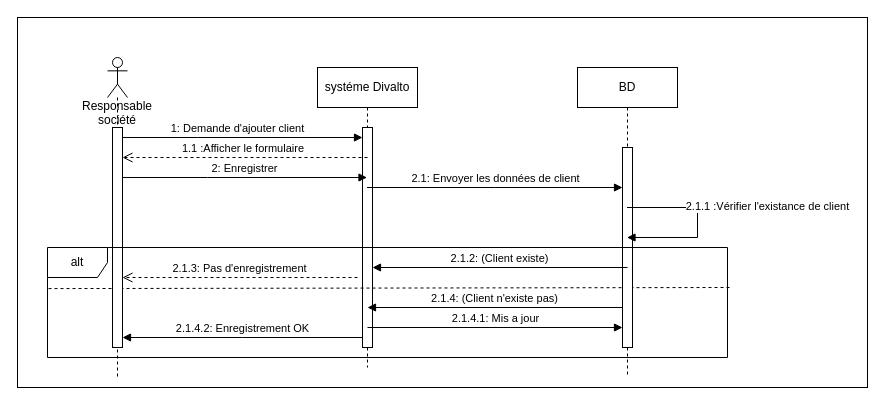
The draw.io diagram creeclient.drawio in labidimahdi/diagrams, before the edit. Source tidied: cells renumbered, new cells numbered last; positions are measured from the earlier drawing's top-left corner, leaving out a move shared by most shapes. Both pictures are drawn from the tidied source at 100%, with x=0, y=0 at pixel (17, 17).
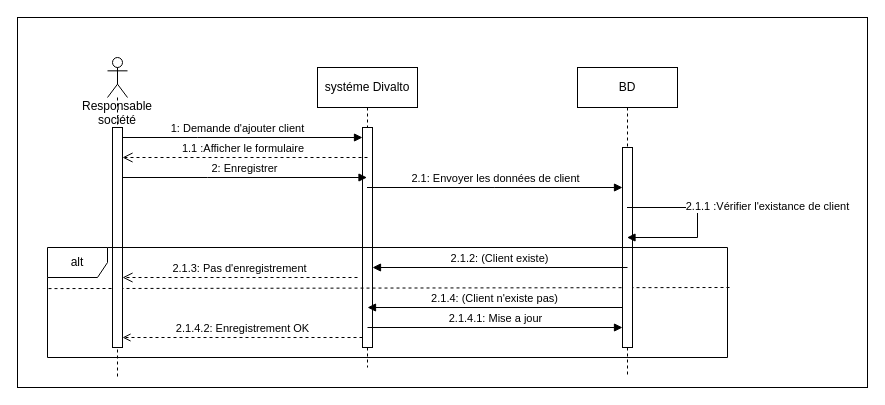
The same diagram, later.

Commit message (it also covers changes not shown here):
Mettre à jour creeclient.drawio

Unchanged cells that the change refers to:
```xml
<mxCell id="4" style="html=1;points=[];perimeter=orthogonalPerimeter;outlineConnect=0;targetShapes=umlLifeline;portConstraint=eastwest;newEdgeStyle={&quot;edgeStyle&quot;:&quot;elbowEdgeStyle&quot;,&quot;elbow&quot;:&quot;vertical&quot;,&quot;curved&quot;:0,&quot;rounded&quot;:0};" parent="3" vertex="1">
  <mxGeometry x="45" y="60" width="10" height="220" as="geometry" />
</mxCell>
<mxCell id="11" style="html=1;points=[];perimeter=orthogonalPerimeter;outlineConnect=0;targetShapes=umlLifeline;portConstraint=eastwest;newEdgeStyle={&quot;edgeStyle&quot;:&quot;elbowEdgeStyle&quot;,&quot;elbow&quot;:&quot;vertical&quot;,&quot;curved&quot;:0,&quot;rounded&quot;:0};" parent="10" vertex="1">
  <mxGeometry x="45" y="80" width="10" height="200" as="geometry" />
</mxCell>
```

Diff of the diagram source:
```diff
@@
-    <mxCell id="19" value="2.1.4.1: Mis a jour" style="html=1;verticalAlign=bottom;endArrow=block;edgeStyle=elbowEdgeStyle;elbow=vertical;curved=0;rounded=0;" parent="1" edge="1" target="11">
+    <mxCell id="19" value="2.1.4.1: Mise a jour" style="html=1;verticalAlign=bottom;endArrow=block;edgeStyle=elbowEdgeStyle;elbow=vertical;curved=0;rounded=0;" parent="1" edge="1" target="11">
       <mxGeometry relative="1" as="geometry">
         <mxPoint x="350" y="310" as="sourcePoint" />
       </mxGeometry>
     </mxCell>
-    <mxCell id="20" value="2.1.4.2: Enregistrement OK" style="html=1;verticalAlign=bottom;endArrow=block;edgeStyle=elbowEdgeStyle;elbow=vertical;curved=0;rounded=0;" parent="1" edge="1" source="4">
+    <mxCell id="20" value="2.1.4.2: Enregistrement OK" style="html=1;verticalAlign=bottom;endArrow=open;edgeStyle=elbowEdgeStyle;elbow=vertical;curved=0;rounded=0;dashed=1;endFill=0;" parent="1" edge="1" source="4">
       <mxGeometry relative="1" as="geometry">
         <mxPoint x="105" y="320" as="targetPoint" />
       </mxGeometry>
     </mxCell>
```
